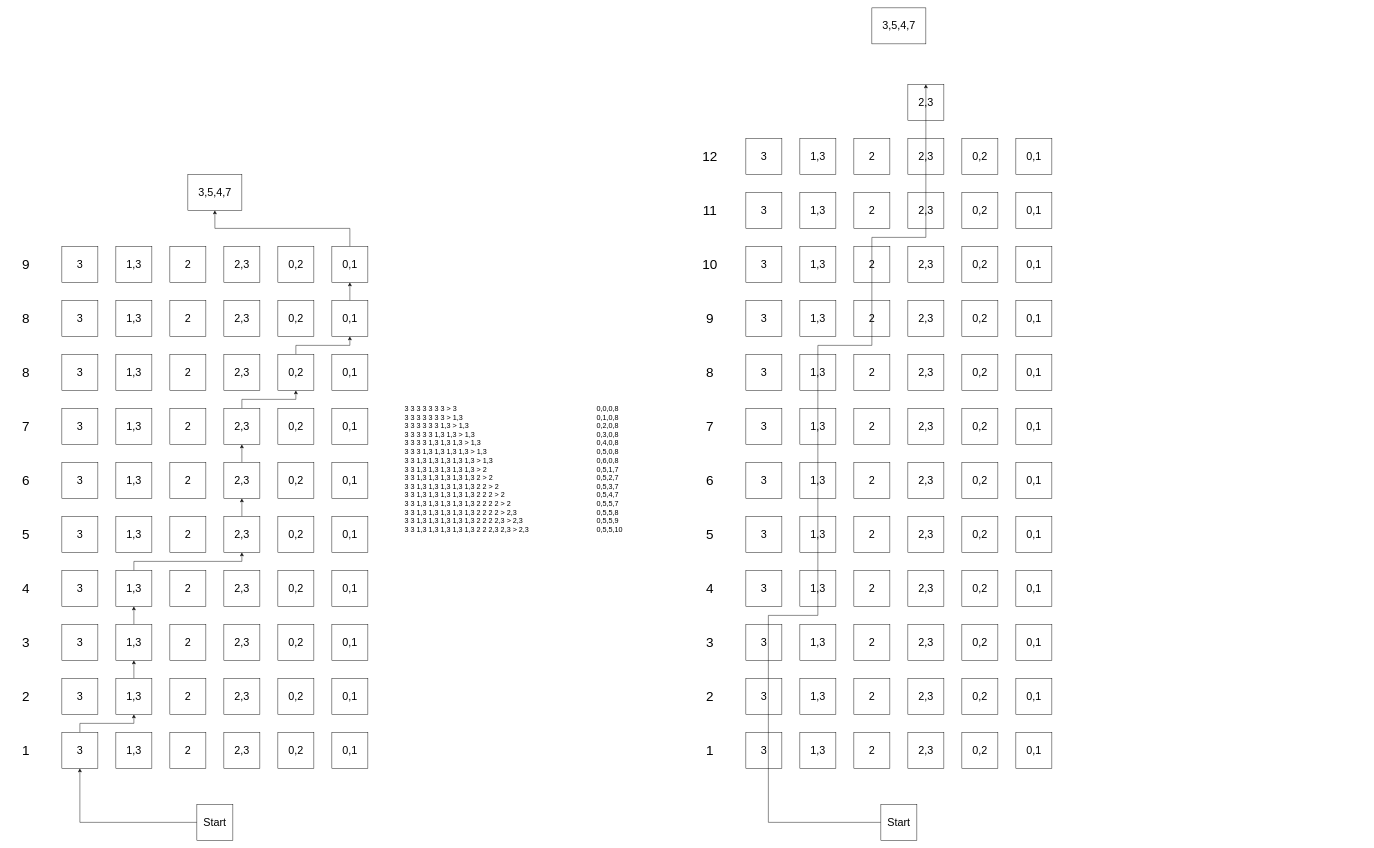
JanaCZek/aoc2025 keeps this draw.io diagram as 10/enumeration-diagram.drawio. Above is the earlier version. Source tidied: cells renumbered, new cells numbered last; positions are measured from the earlier drawing's top-left corner, leaving out a move shared by most shapes. Both pictures are drawn from the tidied source at 45%, with x=0, y=0 at pixel (8, 8).
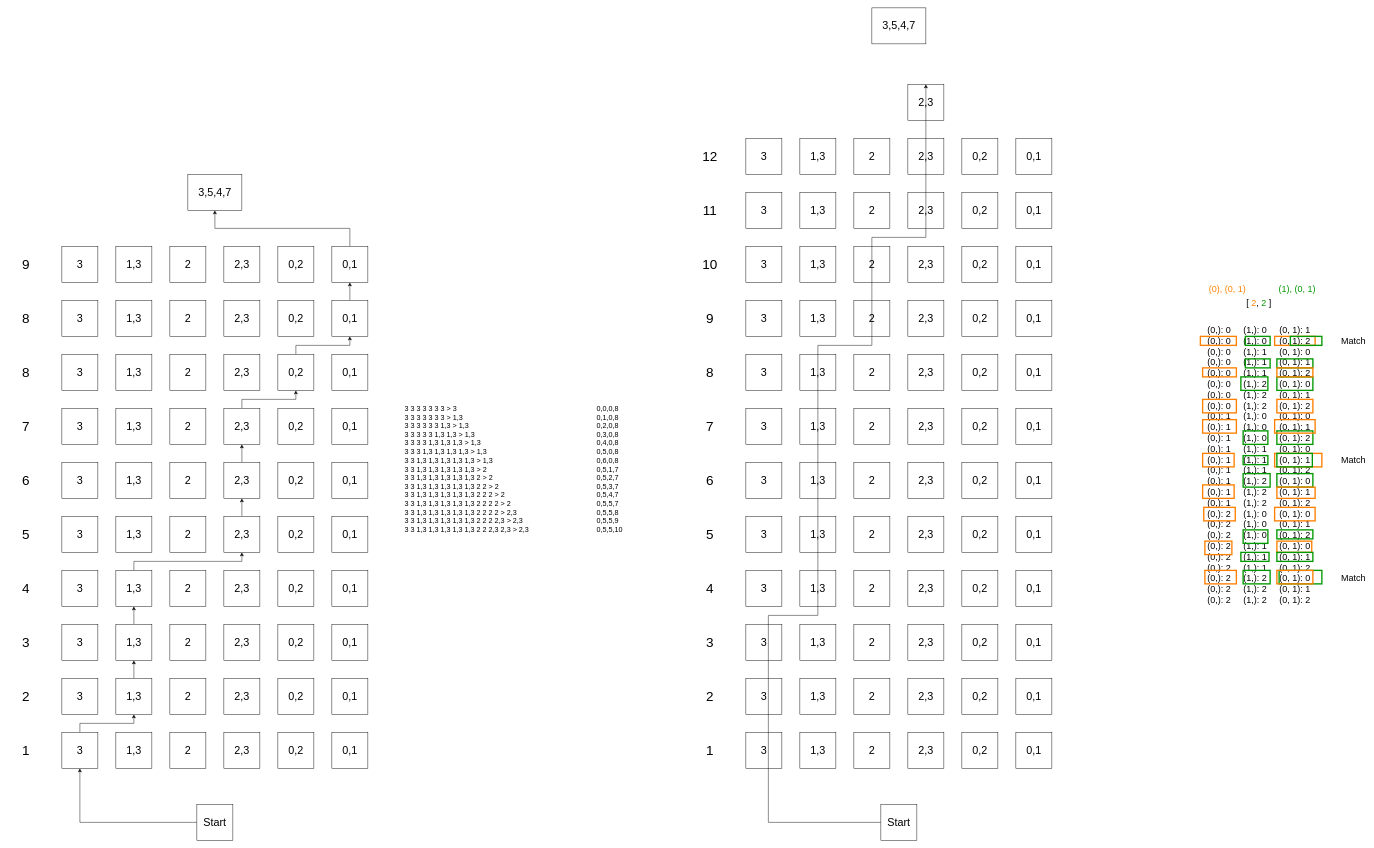
The same page after the edit.

Diff of the diagram source:
```diff
@@
+    <mxCell id="174" value="(0,): 0 &amp;nbsp; &amp;nbsp; (1,): 0 &amp;nbsp; &amp;nbsp; (0, 1): 1&#10;(0,): 0 &amp;nbsp; &amp;nbsp; (1,): 0 &amp;nbsp; &amp;nbsp; (0, 1): 2&#10;(0,): 0 &amp;nbsp; &amp;nbsp; (1,): 1 &amp;nbsp; &amp;nbsp; (0, 1): 0&#10;(0,): 0 &amp;nbsp; &amp;nbsp; (1,): 1 &amp;nbsp; &amp;nbsp; (0, 1): 1&#10;(0,): 0 &amp;nbsp; &amp;nbsp; (1,): 1 &amp;nbsp; &amp;nbsp; (0, 1): 2&#10;(0,): 0 &amp;nbsp; &amp;nbsp; (1,): 2 &amp;nbsp; &amp;nbsp; (0, 1): 0&#10;(0,): 0 &amp;nbsp; &amp;nbsp; (1,): 2 &amp;nbsp; &amp;nbsp; (0, 1): 1&#10;(0,): 0 &amp;nbsp; &amp;nbsp; (1,): 2 &amp;nbsp; &amp;nbsp; (0, 1): 2&#10;(0,): 1 &amp;nbsp; &amp;nbsp; (1,): 0 &amp;nbsp; &amp;nbsp; (0, 1): 0&#10;(0,): 1 &amp;nbsp; &amp;nbsp; (1,): 0 &amp;nbsp; &amp;nbsp; (0, 1): 1&#10;(0,): 1 &amp;nbsp; &amp;nbsp; (1,): 0 &amp;nbsp; &amp;nbsp; (0, 1): 2&#10;(0,): 1 &amp;nbsp; &amp;nbsp; (1,): 1 &amp;nbsp; &amp;nbsp; (0, 1): 0&#10;(0,): 1 &amp;nbsp; &amp;nbsp; (1,): 1 &amp;nbsp; &amp;nbsp; (0, 1): 1&#10;(0,): 1 &amp;nbsp; &amp;nbsp; (1,): 1 &amp;nbsp; &amp;nbsp; (0, 1): 2&#10;(0,): 1 &amp;nbsp; &amp;nbsp; (1,): 2 &amp;nbsp; &amp;nbsp; (0, 1): 0&#10;(0,): 1 &amp;nbsp; &amp;nbsp; (1,): 2 &amp;nbsp; &amp;nbsp; (0, 1): 1&#10;(0,): 1 &amp;nbsp; &amp;nbsp; (1,): 2 &amp;nbsp; &amp;nbsp; (0, 1): 2&#10;(0,): 2 &amp;nbsp; &amp;nbsp; (1,): 0 &amp;nbsp; &amp;nbsp; (0, 1): 0&#10;(0,): 2 &amp;nbsp; &amp;nbsp; (1,): 0 &amp;nbsp; &amp;nbsp; (0, 1): 1&#10;(0,): 2 &amp;nbsp; &amp;nbsp; (1,): 0 &amp;nbsp; &amp;nbsp; (0, 1): 2&#10;(0,): 2 &amp;nbsp; &amp;nbsp; (1,): 1 &amp;nbsp; &amp;nbsp; (0, 1): 0&#10;(0,): 2 &amp;nbsp; &amp;nbsp; (1,): 1 &amp;nbsp; &amp;nbsp; (0, 1): 1&#10;(0,): 2 &amp;nbsp; &amp;nbsp; (1,): 1 &amp;nbsp; &amp;nbsp; (0, 1): 2&#10;(0,): 2 &amp;nbsp; &amp;nbsp; (1,): 2 &amp;nbsp; &amp;nbsp; (0, 1): 0&#10;(0,): 2 &amp;nbsp; &amp;nbsp; (1,): 2 &amp;nbsp; &amp;nbsp; (0, 1): 1&#10;(0,): 2 &amp;nbsp; &amp;nbsp; (1,): 2 &amp;nbsp; &amp;nbsp; (0, 1): 2" style="text;html=1;whiteSpace=wrap;strokeColor=none;fillColor=none;align=center;verticalAlign=middle;rounded=0;fontSize=20;" parent="1" vertex="1">
+      <mxGeometry x="2650" y="690" width="260" height="650" as="geometry" />
+    </mxCell>
+    <mxCell id="175" value="[ &lt;span&gt;&lt;font style=&quot;color: rgb(255, 128, 0);&quot;&gt;2&lt;/font&gt;&lt;/span&gt;, &lt;font style=&quot;color: rgb(0, 153, 0);&quot;&gt;2&lt;/font&gt; ]" style="text;html=1;whiteSpace=wrap;strokeColor=none;fillColor=none;align=center;verticalAlign=middle;rounded=0;fontSize=20;" parent="1" vertex="1">
+      <mxGeometry x="2750" y="640" width="60" height="30" as="geometry" />
+    </mxCell>
+    <mxCell id="176" value="(0), (0, 1)" style="text;html=1;whiteSpace=wrap;strokeColor=none;fillColor=none;align=center;verticalAlign=middle;rounded=0;fontSize=20;fontColor=#FF8000;" parent="1" vertex="1">
+      <mxGeometry x="2660" y="610" width="100" height="30" as="geometry" />
+    </mxCell>
+    <mxCell id="177" value="(1), (0, 1)" style="text;html=1;whiteSpace=wrap;strokeColor=none;fillColor=none;align=center;verticalAlign=middle;rounded=0;fontSize=20;fontColor=#009900;" parent="1" vertex="1">
+      <mxGeometry x="2815" y="610" width="100" height="30" as="geometry" />
+    </mxCell>
+    <mxCell id="178" style="rounded=0;whiteSpace=wrap;html=1;fillColor=none;strokeColor=#FF8000;strokeWidth=3;" parent="1" vertex="1">
+      <mxGeometry x="2657.5" y="1110" width="70" height="30" as="geometry" />
+    </mxCell>
+    <mxCell id="179" style="rounded=0;whiteSpace=wrap;html=1;fillColor=none;strokeColor=#FF8000;strokeWidth=3;" parent="1" vertex="1">
+      <mxGeometry x="2815" y="1110" width="90" height="30" as="geometry" />
+    </mxCell>
+    <mxCell id="180" style="rounded=0;whiteSpace=wrap;html=1;fillColor=none;strokeColor=#FF8000;strokeWidth=3;" parent="1" vertex="1">
+      <mxGeometry x="2655" y="990" width="70" height="30" as="geometry" />
+    </mxCell>
+    <mxCell id="181" style="rounded=0;whiteSpace=wrap;html=1;fillColor=none;strokeColor=#FF8000;strokeWidth=3;" parent="1" vertex="1">
+      <mxGeometry x="2815" y="990" width="105" height="30" as="geometry" />
+    </mxCell>
+    <mxCell id="182" style="rounded=0;whiteSpace=wrap;html=1;fillColor=none;strokeColor=#FF8000;strokeWidth=3;" parent="1" vertex="1">
+      <mxGeometry x="2815" y="730" width="90" height="20" as="geometry" />
+    </mxCell>
+    <mxCell id="183" style="rounded=0;whiteSpace=wrap;html=1;fillColor=none;strokeColor=#FF8000;strokeWidth=3;" parent="1" vertex="1">
+      <mxGeometry x="2650" y="730" width="80" height="20" as="geometry" />
+    </mxCell>
+    <mxCell id="184" style="rounded=0;whiteSpace=wrap;html=1;fillColor=none;strokeColor=#009900;strokeWidth=3;" parent="1" vertex="1">
+      <mxGeometry x="2850" y="730" width="70" height="20" as="geometry" />
+    </mxCell>
+    <mxCell id="185" style="rounded=0;whiteSpace=wrap;html=1;fillColor=none;strokeColor=#009900;strokeWidth=3;" parent="1" vertex="1">
+      <mxGeometry x="2750" y="730" width="55" height="20" as="geometry" />
+    </mxCell>
+    <mxCell id="186" style="rounded=0;whiteSpace=wrap;html=1;fillColor=none;strokeColor=#009900;strokeWidth=3;" parent="1" vertex="1">
+      <mxGeometry x="2750" y="780" width="55" height="20" as="geometry" />
+    </mxCell>
+    <mxCell id="187" style="rounded=0;whiteSpace=wrap;html=1;fillColor=none;strokeColor=#009900;strokeWidth=3;" parent="1" vertex="1">
+      <mxGeometry x="2820" y="780" width="80" height="20" as="geometry" />
+    </mxCell>
+    <mxCell id="188" style="rounded=0;whiteSpace=wrap;html=1;fillColor=none;strokeColor=#009900;strokeWidth=3;" parent="1" vertex="1">
+      <mxGeometry x="2740" y="820" width="60" height="30" as="geometry" />
+    </mxCell>
+    <mxCell id="189" style="rounded=0;whiteSpace=wrap;html=1;fillColor=none;strokeColor=#009900;strokeWidth=3;" parent="1" vertex="1">
+      <mxGeometry x="2820" y="820" width="80" height="30" as="geometry" />
+    </mxCell>
+    <mxCell id="190" style="rounded=0;whiteSpace=wrap;html=1;fillColor=none;strokeColor=#009900;strokeWidth=3;" parent="1" vertex="1">
+      <mxGeometry x="2820" y="940" width="80" height="30" as="geometry" />
+    </mxCell>
+    <mxCell id="191" style="rounded=0;whiteSpace=wrap;html=1;fillColor=none;strokeColor=#009900;strokeWidth=3;" parent="1" vertex="1">
+      <mxGeometry x="2745" y="940" width="55" height="30" as="geometry" />
+    </mxCell>
+    <mxCell id="192" style="rounded=0;whiteSpace=wrap;html=1;fillColor=none;strokeColor=#009900;strokeWidth=3;" parent="1" vertex="1">
+      <mxGeometry x="2820" y="1160" width="80" height="20" as="geometry" />
+    </mxCell>
+    <mxCell id="193" style="rounded=0;whiteSpace=wrap;html=1;fillColor=none;strokeColor=#009900;strokeWidth=3;" parent="1" vertex="1">
+      <mxGeometry x="2745" y="1160" width="55" height="30" as="geometry" />
+    </mxCell>
+    <mxCell id="194" style="rounded=0;whiteSpace=wrap;html=1;fillColor=none;strokeColor=#009900;strokeWidth=3;" parent="1" vertex="1">
+      <mxGeometry x="2745" y="995" width="55" height="20" as="geometry" />
+    </mxCell>
+    <mxCell id="195" style="rounded=0;whiteSpace=wrap;html=1;fillColor=none;strokeColor=#009900;strokeWidth=3;" parent="1" vertex="1">
+      <mxGeometry x="2820" y="990" width="78.8" height="30" as="geometry" />
+    </mxCell>
+    <mxCell id="196" style="rounded=0;whiteSpace=wrap;html=1;fillColor=none;strokeColor=#009900;strokeWidth=3;" parent="1" vertex="1">
+      <mxGeometry x="2745" y="1035" width="60" height="30" as="geometry" />
+    </mxCell>
+    <mxCell id="197" style="rounded=0;whiteSpace=wrap;html=1;fillColor=none;strokeColor=#009900;strokeWidth=3;" parent="1" vertex="1">
+      <mxGeometry x="2820" y="1035" width="80" height="30" as="geometry" />
+    </mxCell>
+    <mxCell id="198" style="rounded=0;whiteSpace=wrap;html=1;fillColor=none;strokeColor=#009900;strokeWidth=3;" parent="1" vertex="1">
+      <mxGeometry x="2745" y="1250" width="60" height="30" as="geometry" />
+    </mxCell>
+    <mxCell id="199" style="rounded=0;whiteSpace=wrap;html=1;fillColor=none;strokeColor=#009900;strokeWidth=3;" parent="1" vertex="1">
+      <mxGeometry x="2825" y="1250" width="95" height="30" as="geometry" />
+    </mxCell>
+    <mxCell id="200" style="rounded=0;whiteSpace=wrap;html=1;fillColor=none;strokeColor=#FF8000;strokeWidth=3;" parent="1" vertex="1">
+      <mxGeometry x="2820" y="800" width="80" height="20" as="geometry" />
+    </mxCell>
+    <mxCell id="201" style="rounded=0;whiteSpace=wrap;html=1;fillColor=none;strokeColor=#FF8000;strokeWidth=3;" parent="1" vertex="1">
+      <mxGeometry x="2655" y="800" width="75" height="20" as="geometry" />
+    </mxCell>
+    <mxCell id="202" style="rounded=0;whiteSpace=wrap;html=1;fillColor=none;strokeColor=#FF8000;strokeWidth=3;" parent="1" vertex="1">
+      <mxGeometry x="2820" y="870" width="80" height="30" as="geometry" />
+    </mxCell>
+    <mxCell id="203" style="rounded=0;whiteSpace=wrap;html=1;fillColor=none;strokeColor=#FF8000;strokeWidth=3;" parent="1" vertex="1">
+      <mxGeometry x="2655" y="870" width="75" height="30" as="geometry" />
+    </mxCell>
+    <mxCell id="204" style="rounded=0;whiteSpace=wrap;html=1;fillColor=none;strokeColor=#FF8000;strokeWidth=3;" parent="1" vertex="1">
+      <mxGeometry x="2655" y="1060" width="70" height="30" as="geometry" />
+    </mxCell>
+    <mxCell id="205" style="rounded=0;whiteSpace=wrap;html=1;fillColor=none;strokeColor=#FF8000;strokeWidth=3;" parent="1" vertex="1">
+      <mxGeometry x="2820" y="1065" width="85" height="25" as="geometry" />
+    </mxCell>
+    <mxCell id="206" style="rounded=0;whiteSpace=wrap;html=1;fillColor=none;strokeColor=#FF8000;strokeWidth=3;" parent="1" vertex="1">
+      <mxGeometry x="2655" y="915" width="75" height="30" as="geometry" />
+    </mxCell>
+    <mxCell id="207" style="rounded=0;whiteSpace=wrap;html=1;fillColor=none;strokeColor=#FF8000;strokeWidth=3;" parent="1" vertex="1">
+      <mxGeometry x="2815" y="915" width="90" height="30" as="geometry" />
+    </mxCell>
+    <mxCell id="208" style="rounded=0;whiteSpace=wrap;html=1;fillColor=none;strokeColor=#FF8000;strokeWidth=3;" parent="1" vertex="1">
+      <mxGeometry x="2660" y="1185" width="60" height="30" as="geometry" />
+    </mxCell>
+    <mxCell id="209" style="rounded=0;whiteSpace=wrap;html=1;fillColor=none;strokeColor=#FF8000;strokeWidth=3;" parent="1" vertex="1">
+      <mxGeometry x="2820" y="1185" width="77.5" height="25" as="geometry" />
+    </mxCell>
+    <mxCell id="210" style="rounded=0;whiteSpace=wrap;html=1;fillColor=none;strokeColor=#FF8000;strokeWidth=3;" parent="1" vertex="1">
+      <mxGeometry x="2660" y="1250" width="70" height="30" as="geometry" />
+    </mxCell>
+    <mxCell id="211" style="rounded=0;whiteSpace=wrap;html=1;fillColor=none;strokeColor=#FF8000;strokeWidth=3;" parent="1" vertex="1">
+      <mxGeometry x="2820" y="1250" width="80" height="30" as="geometry" />
+    </mxCell>
+    <mxCell id="212" value="Match" style="text;html=1;whiteSpace=wrap;strokeColor=none;fillColor=none;align=center;verticalAlign=middle;rounded=0;fontSize=20;" parent="1" vertex="1">
+      <mxGeometry x="2960" y="725" width="60" height="30" as="geometry" />
+    </mxCell>
+    <mxCell id="213" value="Match" style="text;html=1;whiteSpace=wrap;strokeColor=none;fillColor=none;align=center;verticalAlign=middle;rounded=0;fontSize=20;" parent="1" vertex="1">
+      <mxGeometry x="2960" y="990" width="60" height="30" as="geometry" />
+    </mxCell>
+    <mxCell id="214" value="Match" style="text;html=1;whiteSpace=wrap;strokeColor=none;fillColor=none;align=center;verticalAlign=middle;rounded=0;fontSize=20;" parent="1" vertex="1">
+      <mxGeometry x="2960" y="1250" width="60" height="30" as="geometry" />
+    </mxCell>
+    <mxCell id="215" style="rounded=0;whiteSpace=wrap;html=1;fillColor=none;strokeColor=#009900;strokeWidth=3;" parent="1" vertex="1">
+      <mxGeometry x="2740" y="1210" width="62.5" height="20" as="geometry" />
+    </mxCell>
+    <mxCell id="216" style="rounded=0;whiteSpace=wrap;html=1;fillColor=none;strokeColor=#009900;strokeWidth=3;" parent="1" vertex="1">
+      <mxGeometry x="2820" y="1210" width="80" height="20" as="geometry" />
+    </mxCell>
```
